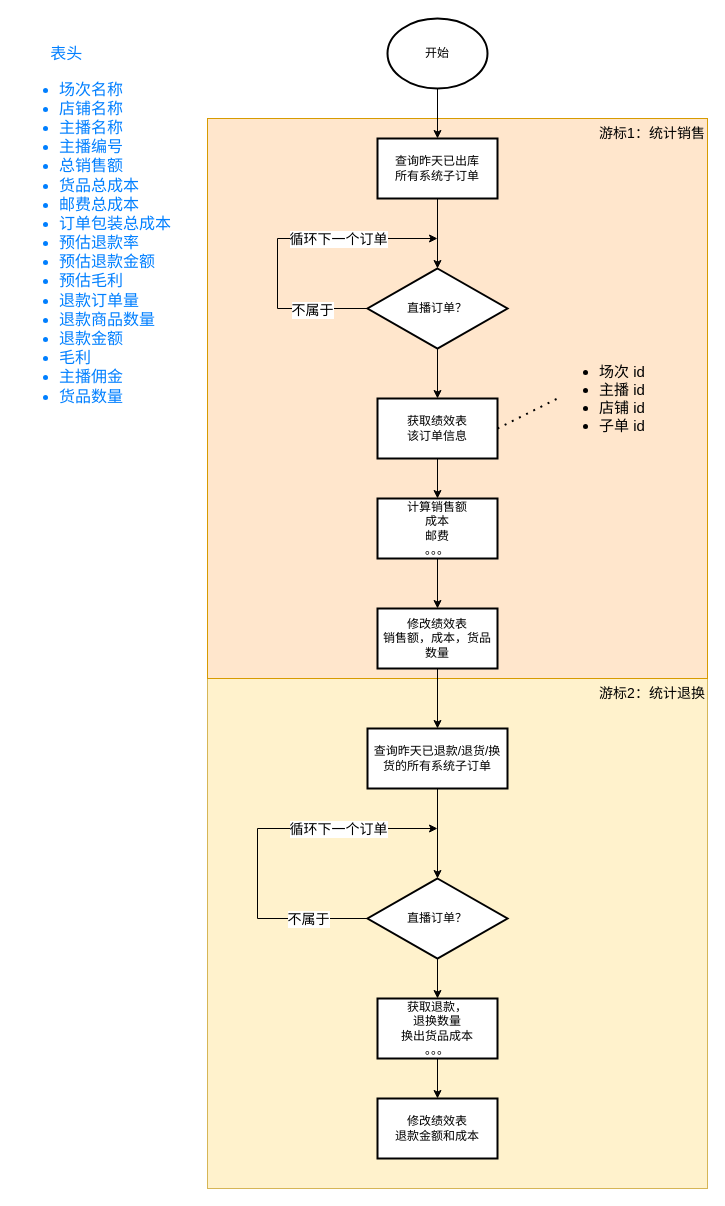
The draw.io diagram 绩效统计.drawio in letmesayok/MdPic, before the edit. Source tidied: cells renumbered, new cells numbered last; positions are measured from the earlier drawing's top-left corner, leaving out a move shared by most shapes. Both pictures are drawn from the tidied source at 100%, with x=0, y=0 at pixel (17, 18).
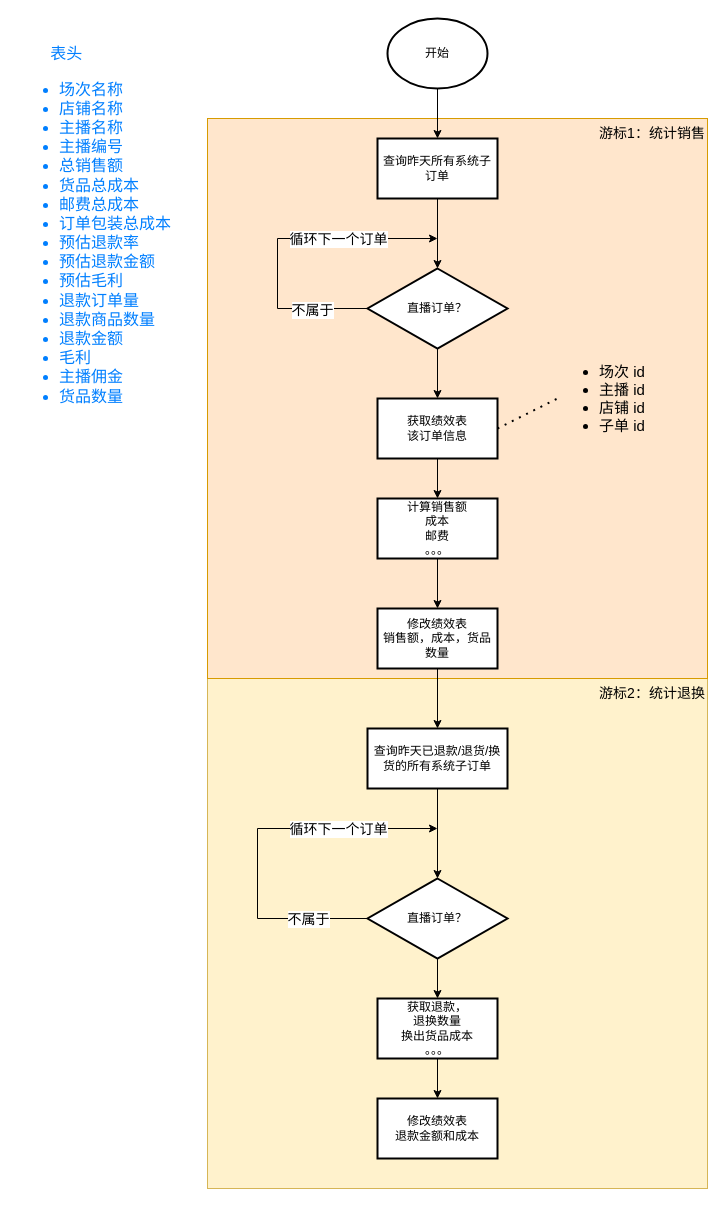
After the change.

Commit message:
更新绩效统计.drawio

What changed in the source:
```diff
@@
-    <mxCell id="9" value="查询昨天已出库&lt;br&gt;所有系统子订单" style="whiteSpace=wrap;html=1;strokeWidth=2;" parent="1" vertex="1">
+    <mxCell id="9" value="查询昨天所有系统子订单" style="whiteSpace=wrap;html=1;strokeWidth=2;" parent="1" vertex="1">
       <mxGeometry x="360" y="120" width="120" height="60" as="geometry" />
     </mxCell>
```
